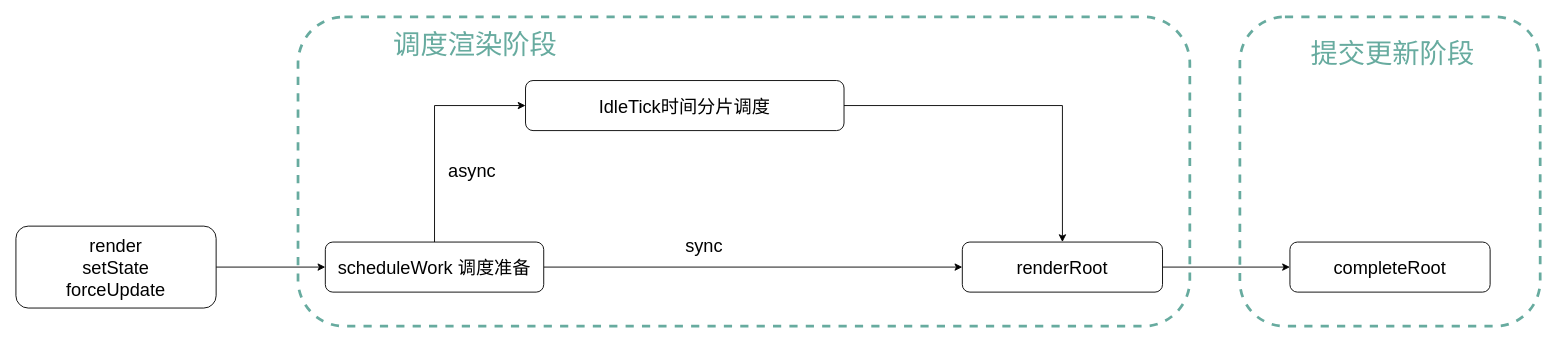
Above: page "Reconciler结构16.8" (1 of 10) of docs/framework/react.drawio in Jo-ko/blog (draw.io), before the change. Source tidied: cells renumbered, new cells numbered last; positions are measured from the earlier drawing's top-left corner, leaving out a move shared by most shapes. Both pictures are drawn from the tidied source at 91%, with x=0, y=0 at pixel (15, 16).
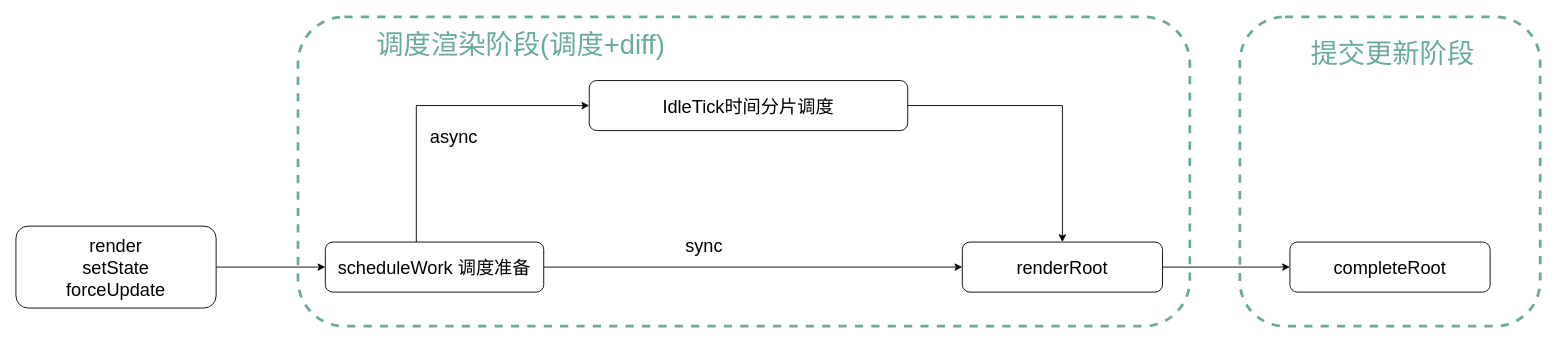
The same diagram, later.

Unchanged cells that the change refers to:
```xml
<mxCell id="9" value="scheduleWork 调度准备" style="whiteSpace=wrap;html=1;rounded=1;fontSize=20;" parent="1" vertex="1">
  <mxGeometry x="340" y="247.5" width="240" height="55" as="geometry" />
</mxCell>
```

Diff of the diagram source:
```diff
@@
     <mxCell id="7" style="edgeStyle=orthogonalEdgeStyle;rounded=0;jettySize=auto;html=1;fontSize=20;entryX=0;entryY=0.5;entryDx=0;entryDy=0;" parent="1" edge="1" source="9" target="14">
-      <mxGeometry relative="1" as="geometry" />
+      <mxGeometry relative="1" as="geometry">
+        <Array as="points">
+          <mxPoint x="440" y="98" />
+        </Array>
+      </mxGeometry>
     </mxCell>
@@
     <mxCell id="14" value="IdleTick时间分片调度" style="whiteSpace=wrap;html=1;rounded=1;fontSize=20;" parent="1" vertex="1">
-      <mxGeometry x="560" y="70" width="350" height="55" as="geometry" />
+      <mxGeometry x="630" y="70" width="350" height="55" as="geometry" />
     </mxCell>
-    <mxCell id="15" value="&lt;font style=&quot;font-size: 30px&quot;&gt;调度渲染阶段&lt;/font&gt;" style="text;html=1;strokeColor=none;fillColor=none;align=center;verticalAlign=middle;whiteSpace=wrap;rounded=0;dashed=1;fontSize=30;fontColor=#67AB9F;" parent="1" vertex="1">
-      <mxGeometry x="360" y="10" width="290" height="40" as="geometry" />
+    <mxCell id="15" value="&lt;font style=&quot;font-size: 30px&quot;&gt;调度渲染阶段(调度+diff)&lt;/font&gt;" style="text;html=1;strokeColor=none;fillColor=none;align=center;verticalAlign=middle;whiteSpace=wrap;rounded=0;dashed=1;fontSize=30;fontColor=#67AB9F;" parent="1" vertex="1">
+      <mxGeometry x="360" y="10" width="390" height="40" as="geometry" />
     </mxCell>
```
